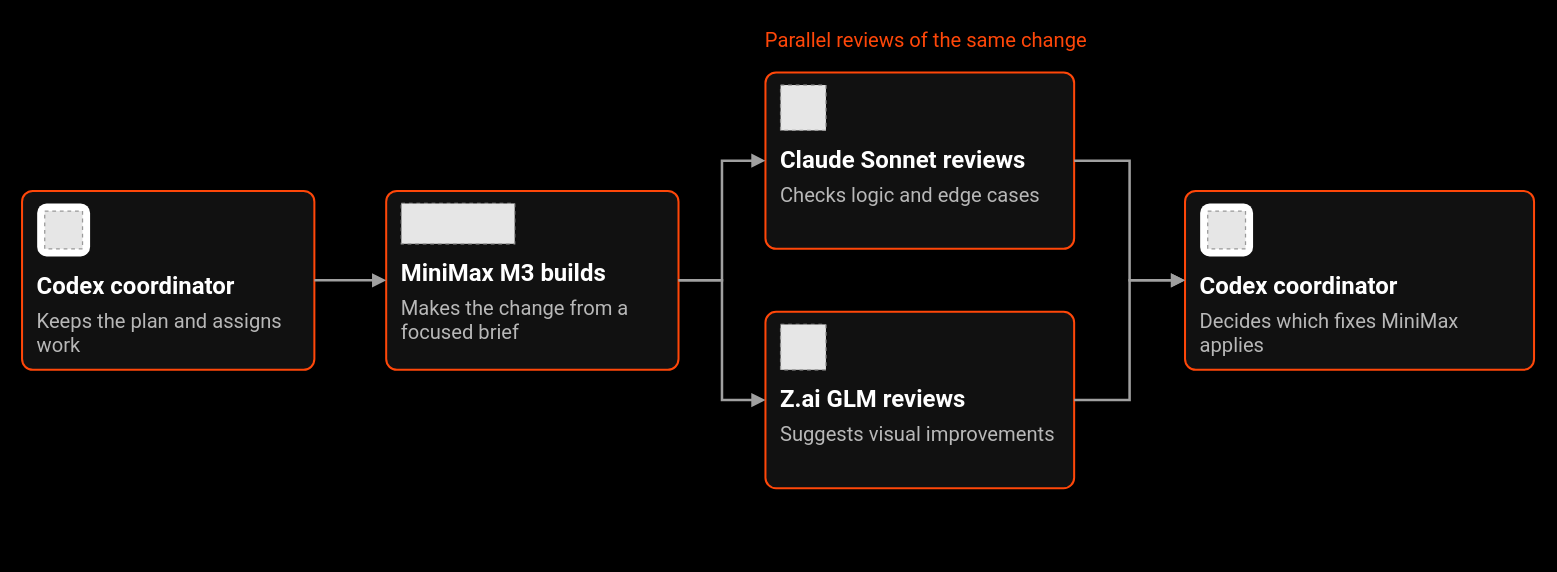
Above: presentation/diagrams/model-handoffs.drawio in Max-FM/RDP-Train-the-Trainer-Workshop-2026 (draw.io), before the change. Source tidied: cells renumbered, new cells numbered last; positions are measured from the earlier drawing's top-left corner, leaving out a move shared by most shapes. Both pictures are drawn from the tidied source at 126%, with x=0, y=0 at pixel (21, 21). Pictures stored in the file or linked from it are replaced by grey dashed boxes.
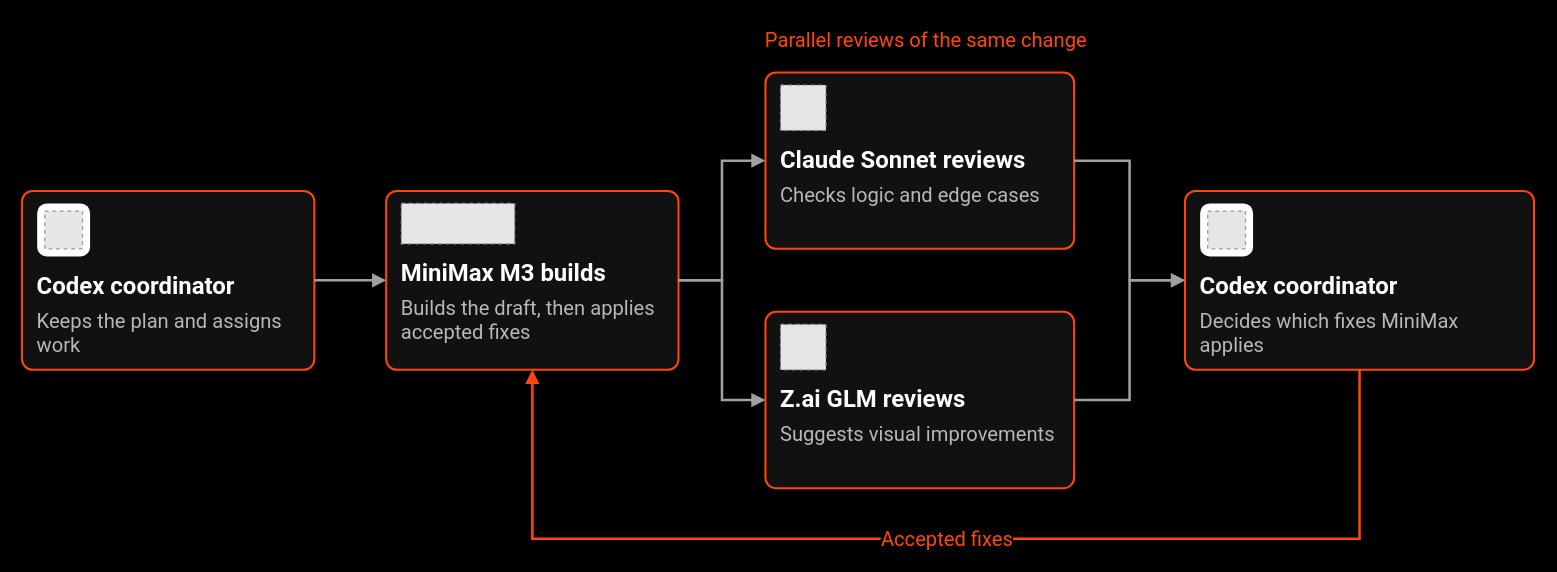
The same diagram, later.

Commit message (it also covers changes not shown here):
docs(presentation): show feedback loop to MiniMax on slide 5

The change refers to these unchanged cells:
```xml
<mxCell id="7" style="rounded=1;arcSize=6;whiteSpace=wrap;html=1;fillColor=#111111;strokeColor=#FF4709;strokeWidth=1.6;" parent="1" vertex="1">
  <mxGeometry x="289" y="134" width="232" height="142" as="geometry" />
</mxCell>
<mxCell id="19" style="rounded=1;arcSize=6;whiteSpace=wrap;html=1;fillColor=#111111;strokeColor=#FF4709;strokeWidth=1.6;" parent="1" vertex="1">
  <mxGeometry x="923" y="134" width="277" height="142" as="geometry" />
</mxCell>
```

The edit, as a diff of the source:
```diff
@@
-    <mxCell id="10" value="Makes the change from a focused brief" style="text;html=1;whiteSpace=wrap;overflow=hidden;strokeColor=none;fillColor=none;spacing=0;align=left;verticalAlign=top;fontSize=16;fontColor=#B8B8B8;fontFamily=Roboto;" parent="1" vertex="1">
+    <mxCell id="10" value="Builds the draft, then applies accepted fixes" style="text;html=1;whiteSpace=wrap;overflow=hidden;strokeColor=none;fillColor=none;spacing=0;align=left;verticalAlign=top;fontSize=16;fontColor=#B8B8B8;fontFamily=Roboto;" parent="1" vertex="1">
       <mxGeometry x="301" y="213" width="208" height="55" as="geometry" />
     </mxCell>
@@
+    <mxCell id="30" value="Accepted fixes" style="edgeStyle=orthogonalEdgeStyle;rounded=0;html=1;strokeColor=#FF4709;strokeWidth=2;endArrow=block;endFill=1;exitX=0.5;exitY=1;entryX=0.5;entryY=1;fontColor=#FF4709;fontSize=16;fontFamily=Roboto;labelBackgroundColor=#000000;" parent="1" edge="1" source="19" target="7">
+      <mxGeometry relative="1" as="geometry">
+        <Array as="points">
+          <mxPoint x="1061" y="410" />
+          <mxPoint x="405" y="410" />
+        </Array>
+      </mxGeometry>
+    </mxCell>
```
